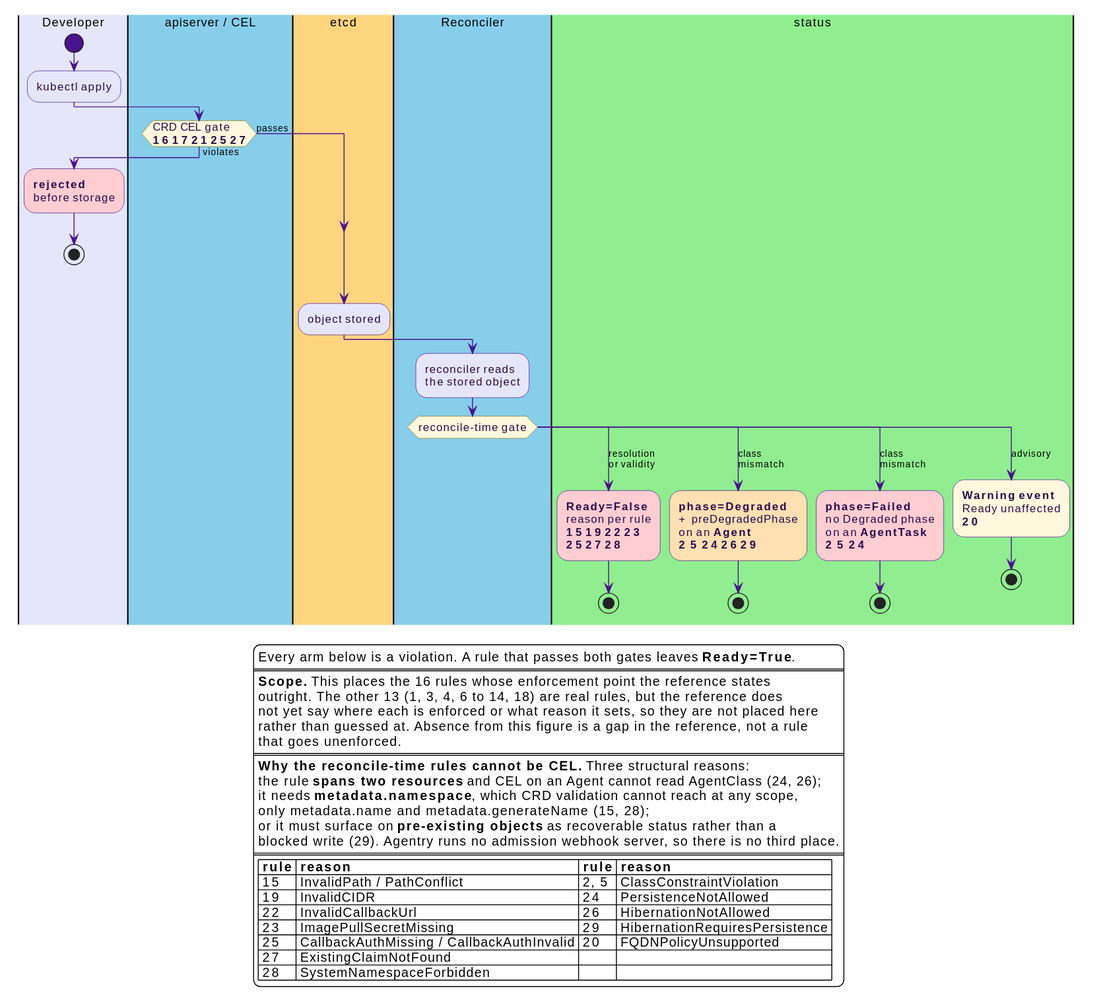
win07xp/kaalm keeps this PlantUML diagram as docs/src/diagrams/validation-enforcement.svg. Above is the earlier version. The source it was exported from:
```plantuml
@startuml
!include _style.puml

skinparam ConditionEndStyle hline
skinparam ActivityDiamondFontSize 11
skinparam ActivityFontSize 12
skinparam ArrowFontSize 10
skinparam wrapWidth 150
skinparam nodesep 12

|$agentBg|Developer|
|$ctrlBg|apiserver / CEL|
|$storeBg|etcd|
|$ctrlBg|Reconciler|
|$gwBg|status|

|Developer|
start
:kubectl apply;

|$ctrlBg|apiserver / CEL|
if (CRD CEL gate\n**16 17 21 25 27**) then (violates)
  |$agentBg|Developer|
  :**rejected**\nbefore storage; <<#FFCDD2>>
  stop
else (passes)
endif

|$storeBg|etcd|
:object stored;

|$ctrlBg|Reconciler|
:reconciler reads\nthe stored object;

switch (reconcile-time gate)
case (resolution\nor validity)
  |$gwBg|status|
  :**Ready=False**\nreason per rule\n**15 19 22 23**\n**25 27 28**; <<#FFCDD2>>
  stop
case (class\nmismatch)
  |$gwBg|status|
  :**phase=Degraded**\n+ preDegradedPhase\non an **Agent**\n**2 5 24 26 29**; <<#FFE0B2>>
  stop
case (class\nmismatch)
  |$gwBg|status|
  :**phase=Failed**\nno Degraded phase\non an **AgentTask**\n**2 5 24**; <<#FFCDD2>>
  stop
case (advisory)
  |$gwBg|status|
  :**Warning event**\nReady unaffected\n**20**; <<#FFF8DC>>
  stop
endswitch

legend bottom
  Every arm below is a violation. A rule that passes both gates leaves **Ready=True**.
  ====
  **Scope.** This places the 16 rules whose enforcement point the reference states
  outright. The other 13 (1, 3, 4, 6 to 14, 18) are real rules, but the reference does
  not yet say where each is enforced or what reason it sets, so they are not placed here
  rather than guessed at. Absence from this figure is a gap in the reference, not a rule
  that goes unenforced.
  ====
  **Why the reconcile-time rules cannot be CEL.** Three structural reasons:
  the rule **spans two resources** and CEL on an Agent cannot read AgentClass (24, 26);
  it needs **metadata.namespace**, which CRD validation cannot reach at any scope,
  only metadata.name and metadata.generateName (15, 28);
  or it must surface on **pre-existing objects** as recoverable status rather than a
  blocked write (29). Agentry runs no admission webhook server, so there is no third place.
  ====
  |= rule |= reason |= rule |= reason |
  | 15 | InvalidPath / PathConflict | 2, 5 | ClassConstraintViolation |
  | 19 | InvalidCIDR | 24 | PersistenceNotAllowed |
  | 22 | InvalidCallbackUrl | 26 | HibernationNotAllowed |
  | 23 | ImagePullSecretMissing | 29 | HibernationRequiresPersistence |
  | 25 | CallbackAuthMissing / CallbackAuthInvalid | 20 | FQDNPolicyUnsupported |
  | 27 | ExistingClaimNotFound | | |
  | 28 | SystemNamespaceForbidden | | |
endlegend
@enduml
```
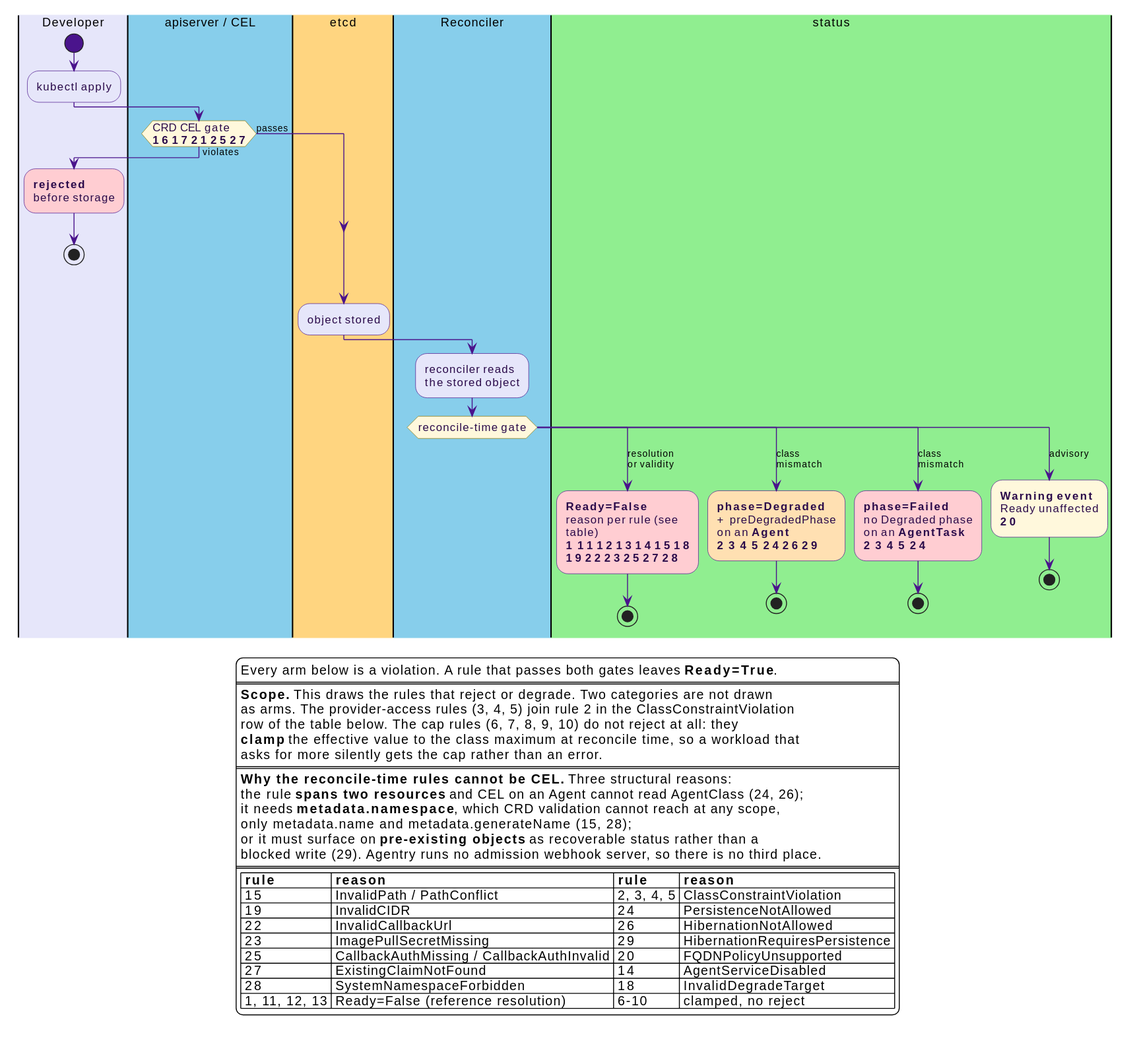
Later version of the same file.

The edit, as a diff of the source:
```diff
@@ -35,15 +35,15 @@
 switch (reconcile-time gate)
 case (resolution\nor validity)
   |$gwBg|status|
-  :**Ready=False**\nreason per rule\n**15 19 22 23**\n**25 27 28**; <<#FFCDD2>>
+  :**Ready=False**\nreason per rule (see table)\n**1 11 12 13 14 15 18**\n**19 22 23 25 27 28**; <<#FFCDD2>>
   stop
 case (class\nmismatch)
   |$gwBg|status|
-  :**phase=Degraded**\n+ preDegradedPhase\non an **Agent**\n**2 5 24 26 29**; <<#FFE0B2>>
+  :**phase=Degraded**\n+ preDegradedPhase\non an **Agent**\n**2 3 4 5 24 26 29**; <<#FFE0B2>>
   stop
 case (class\nmismatch)
   |$gwBg|status|
-  :**phase=Failed**\nno Degraded phase\non an **AgentTask**\n**2 5 24**; <<#FFCDD2>>
+  :**phase=Failed**\nno Degraded phase\non an **AgentTask**\n**2 3 4 5 24**; <<#FFCDD2>>
   stop
 case (advisory)
   |$gwBg|status|
@@ -54,11 +54,11 @@
 legend bottom
   Every arm below is a violation. A rule that passes both gates leaves **Ready=True**.
   ====
-  **Scope.** This places the 16 rules whose enforcement point the reference states
-  outright. The other 13 (1, 3, 4, 6 to 14, 18) are real rules, but the reference does
-  not yet say where each is enforced or what reason it sets, so they are not placed here
-  rather than guessed at. Absence from this figure is a gap in the reference, not a rule
-  that goes unenforced.
+  **Scope.** This draws the rules that reject or degrade. Two categories are not drawn
+  as arms. The provider-access rules (3, 4, 5) join rule 2 in the ClassConstraintViolation
+  row of the table below. The cap rules (6, 7, 8, 9, 10) do not reject at all: they
+  **clamp** the effective value to the class maximum at reconcile time, so a workload that
+  asks for more silently gets the cap rather than an error.
   ====
   **Why the reconcile-time rules cannot be CEL.** Three structural reasons:
   the rule **spans two resources** and CEL on an Agent cannot read AgentClass (24, 26);
@@ -68,12 +68,13 @@
   blocked write (29). Agentry runs no admission webhook server, so there is no third place.
   ====
   |= rule |= reason |= rule |= reason |
-  | 15 | InvalidPath / PathConflict | 2, 5 | ClassConstraintViolation |
+  | 15 | InvalidPath / PathConflict | 2, 3, 4, 5 | ClassConstraintViolation |
   | 19 | InvalidCIDR | 24 | PersistenceNotAllowed |
   | 22 | InvalidCallbackUrl | 26 | HibernationNotAllowed |
   | 23 | ImagePullSecretMissing | 29 | HibernationRequiresPersistence |
   | 25 | CallbackAuthMissing / CallbackAuthInvalid | 20 | FQDNPolicyUnsupported |
-  | 27 | ExistingClaimNotFound | | |
-  | 28 | SystemNamespaceForbidden | | |
+  | 27 | ExistingClaimNotFound | 14 | AgentServiceDisabled |
+  | 28 | SystemNamespaceForbidden | 18 | InvalidDegradeTarget |
+  | 1, 11, 12, 13 | Ready=False (reference resolution) | 6-10 | clamped, no reject |
 endlegend
 @enduml
```
